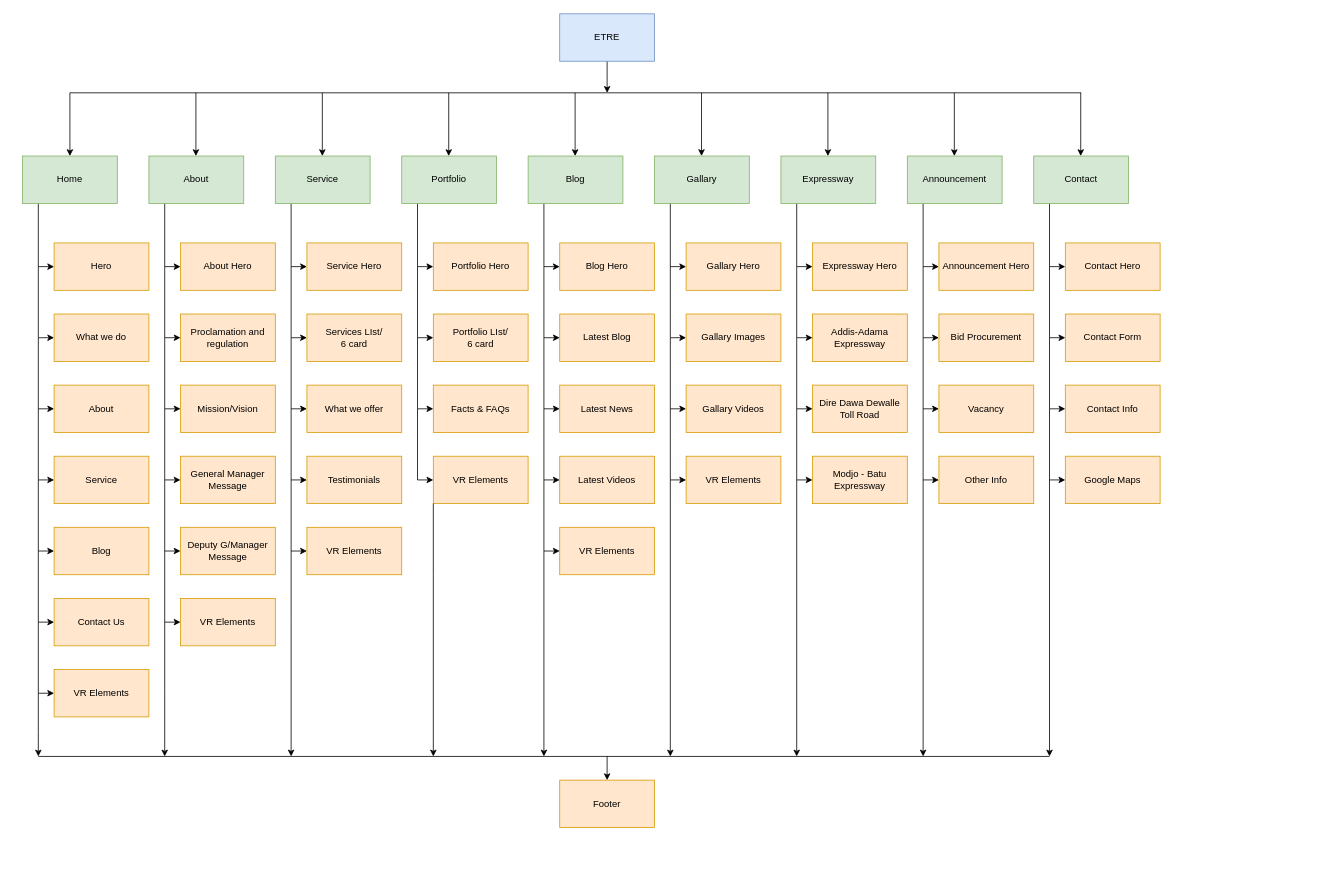
Above: ETRE Website Prototype.drawio in fasil712/UML_Diagram_Design (draw.io), before the change. Source tidied: cells renumbered, new cells numbered last; positions are measured from the earlier drawing's top-left corner, leaving out a move shared by most shapes. Both pictures are drawn from the tidied source at 79%, with x=0, y=0 at pixel (22, 13).
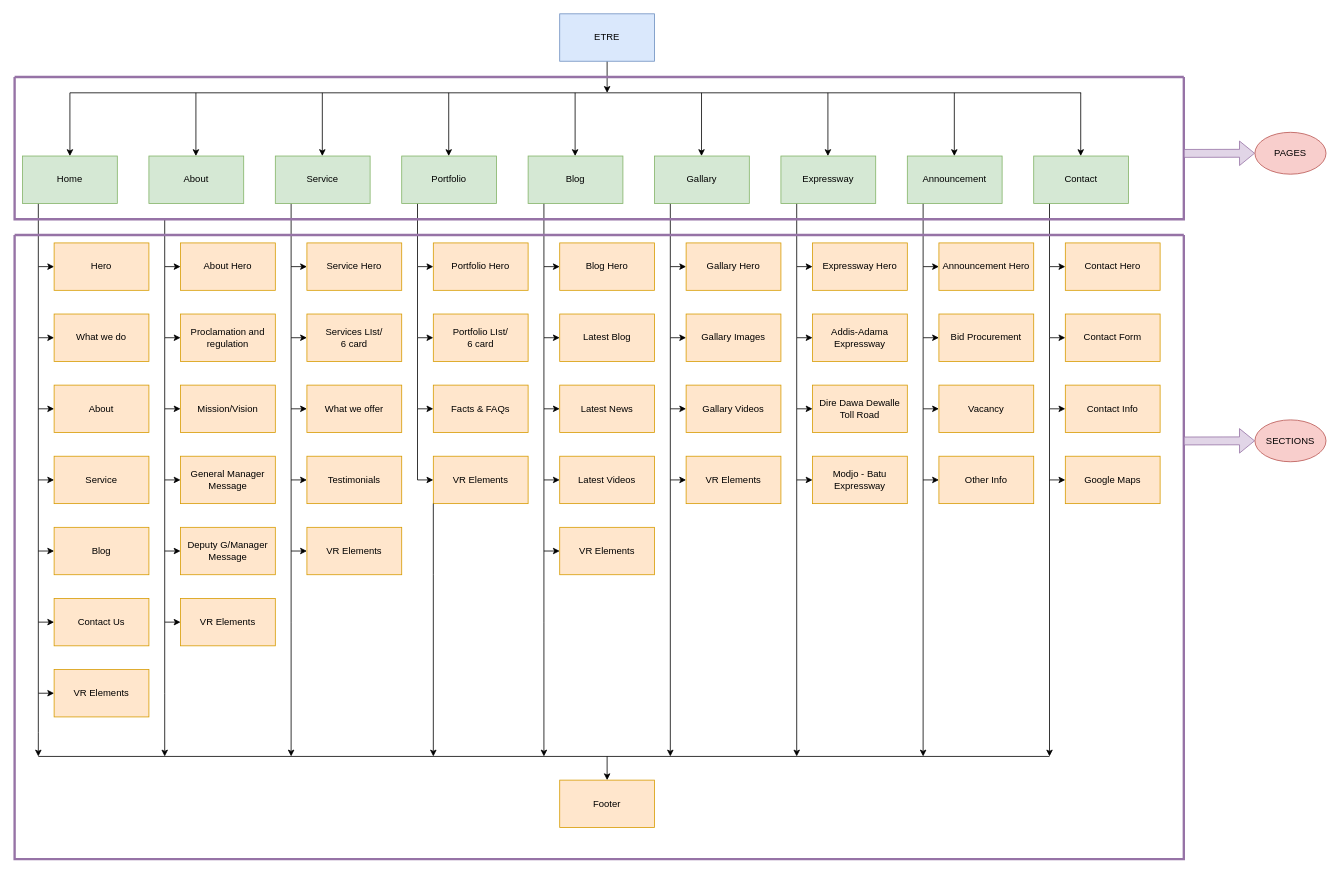
The same diagram, later.

Unchanged cells that the change refers to:
```xml
<mxCell id="7" value="About" style="rounded=0;whiteSpace=wrap;html=1;fillColor=#d5e8d4;strokeColor=#82b366;" parent="1" vertex="1">
  <mxGeometry x="160" y="180" width="120" height="60" as="geometry" />
</mxCell>
<mxCell id="34" value="About Hero" style="rounded=0;whiteSpace=wrap;html=1;fillColor=#ffe6cc;strokeColor=#d79b00;" parent="1" vertex="1">
  <mxGeometry x="200" y="290" width="120" height="60" as="geometry" />
</mxCell>
```

Change to the diagram source:
```diff
@@
-    <mxCell id="6" style="edgeStyle=orthogonalEdgeStyle;rounded=0;jettySize=auto;html=1;" parent="1" edge="1" source="7" target="34">
+    <mxCell id="6" style="edgeStyle=orthogonalEdgeStyle;rounded=0;jettySize=auto;html=1;" parent="1" edge="1" source="121" target="34">
       <mxGeometry relative="1" as="geometry">
         <Array as="points">
           <mxPoint x="180" y="320" />
         </Array>
       </mxGeometry>
     </mxCell>
@@
+    <mxCell id="121" style="swimlane;startSize=0;fillColor=#e1d5e7;strokeColor=#9673a6;strokeWidth=3;" parent="1" vertex="1">
+      <mxGeometry x="-10" y="80" width="1480" height="180" as="geometry" />
+    </mxCell>
+    <mxCell id="122" style="swimlane;startSize=0;fillColor=#e1d5e7;strokeColor=#9673a6;strokeWidth=3;" parent="1" vertex="1">
+      <mxGeometry x="-10" y="280" width="1480" height="790" as="geometry" />
+    </mxCell>
+    <mxCell id="123" style="shape=flexArrow;endArrow=classic;html=1;rounded=0;exitX=1.003;exitY=0.33;exitDx=0;exitDy=0;exitPerimeter=0;fillColor=#e1d5e7;strokeColor=#9673a6;entryX=0;entryY=0.5;entryDx=0;entryDy=0;" parent="1" edge="1" target="124">
+      <mxGeometry relative="1" as="geometry">
+        <mxPoint x="1470" y="540.7" as="sourcePoint" />
+      </mxGeometry>
+    </mxCell>
+    <mxCell id="124" value="SECTIONS" style="ellipse;whiteSpace=wrap;html=1;fillColor=#f8cecc;strokeColor=#b85450;" parent="1" vertex="1">
+      <mxGeometry x="1560" y="514" width="90" height="53" as="geometry" />
+    </mxCell>
+    <mxCell id="125" style="shape=flexArrow;endArrow=classic;html=1;rounded=0;exitX=1.003;exitY=0.33;exitDx=0;exitDy=0;exitPerimeter=0;fillColor=#e1d5e7;strokeColor=#9673a6;entryX=0;entryY=0.5;entryDx=0;entryDy=0;" parent="1" edge="1" target="126">
+      <mxGeometry relative="1" as="geometry">
+        <mxPoint x="1470" y="176.7" as="sourcePoint" />
+      </mxGeometry>
+    </mxCell>
+    <mxCell id="126" value="PAGES" style="ellipse;whiteSpace=wrap;html=1;fillColor=#f8cecc;strokeColor=#b85450;" parent="1" vertex="1">
+      <mxGeometry x="1560" y="150" width="90" height="53" as="geometry" />
+    </mxCell>
```
